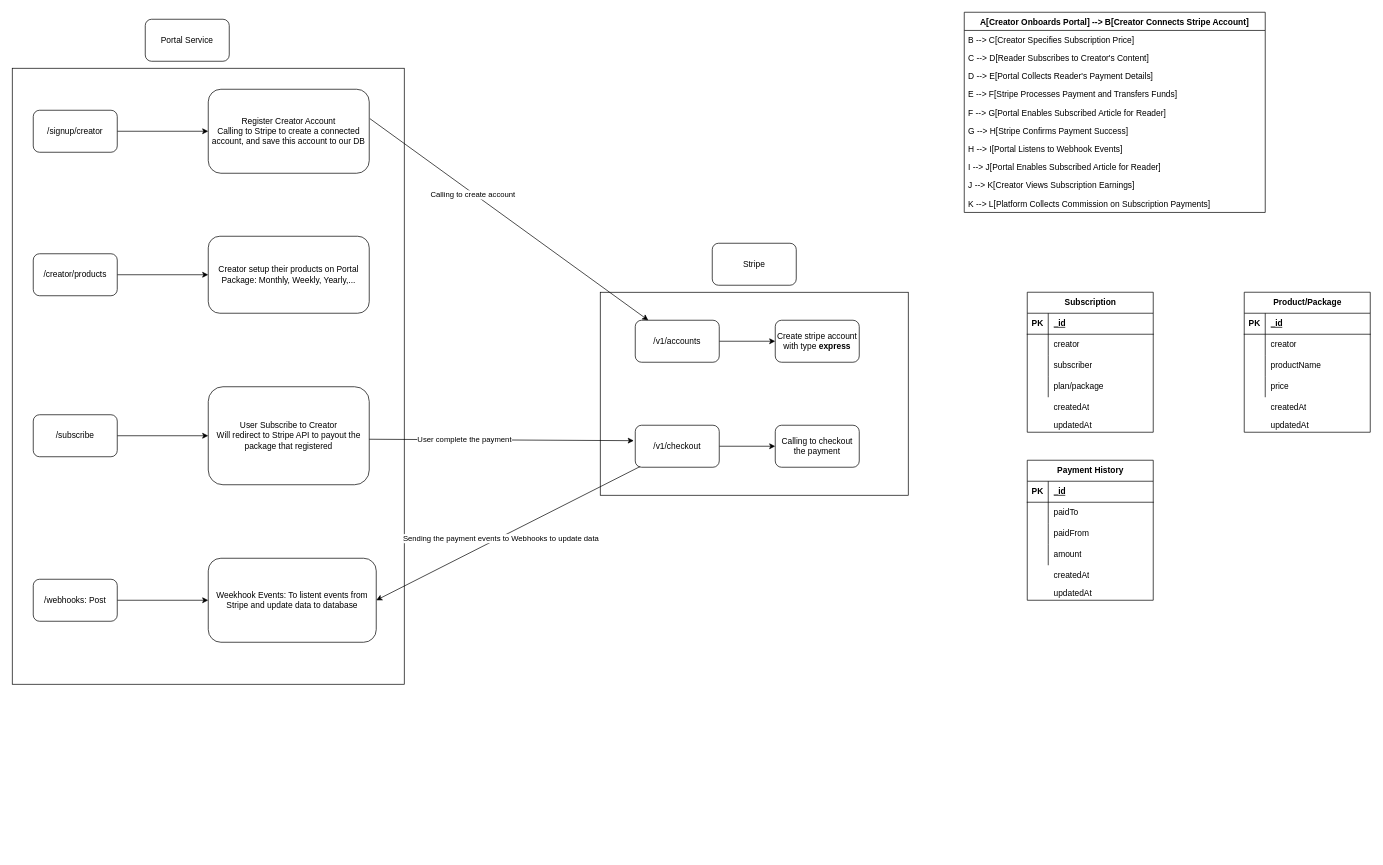
Earlier version of the draw.io diagram Untitled Diagram.drawio (shine8888/abc-ventures). Source tidied: cells renumbered, new cells numbered last; positions are measured from the earlier drawing's top-left corner, leaving out a move shared by most shapes. Both pictures are drawn from the tidied source at 70%, with x=0, y=0 at pixel (12, 12).
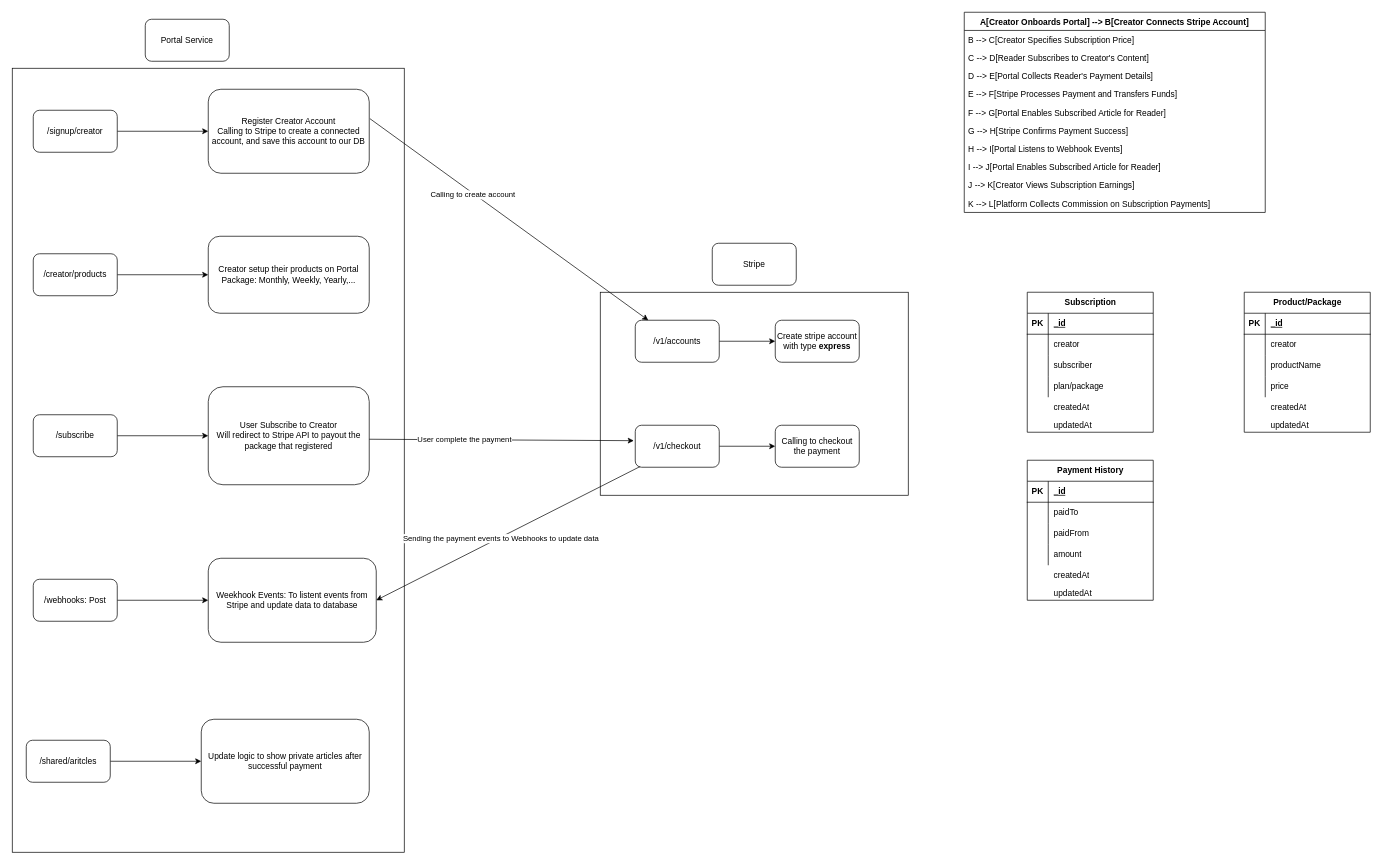
The same diagram, later.

Change to the diagram source:
```diff
@@
     <mxCell id="17" style="rounded=0;whiteSpace=wrap;html=1;" parent="1" vertex="1">
-      <mxGeometry y="80" width="560" height="880" as="geometry" />
+      <mxGeometry y="80" width="560" height="1120" as="geometry" />
     </mxCell>
@@
+    <mxCell id="86" value="Update logic to show private articles after successful payment" style="rounded=1;whiteSpace=wrap;html=1;" parent="1" vertex="1">
+      <mxGeometry x="270" y="1010" width="240" height="120" as="geometry" />
+    </mxCell>
+    <mxCell id="87" style="edgeStyle=orthogonalEdgeStyle;rounded=0;jettySize=auto;html=1;" parent="1" edge="1" source="88" target="86">
+      <mxGeometry relative="1" as="geometry" />
+    </mxCell>
+    <mxCell id="88" value="/shared/aritcles" style="rounded=1;whiteSpace=wrap;html=1;" parent="1" vertex="1">
+      <mxGeometry x="20" y="1040" width="120" height="60" as="geometry" />
+    </mxCell>
```
